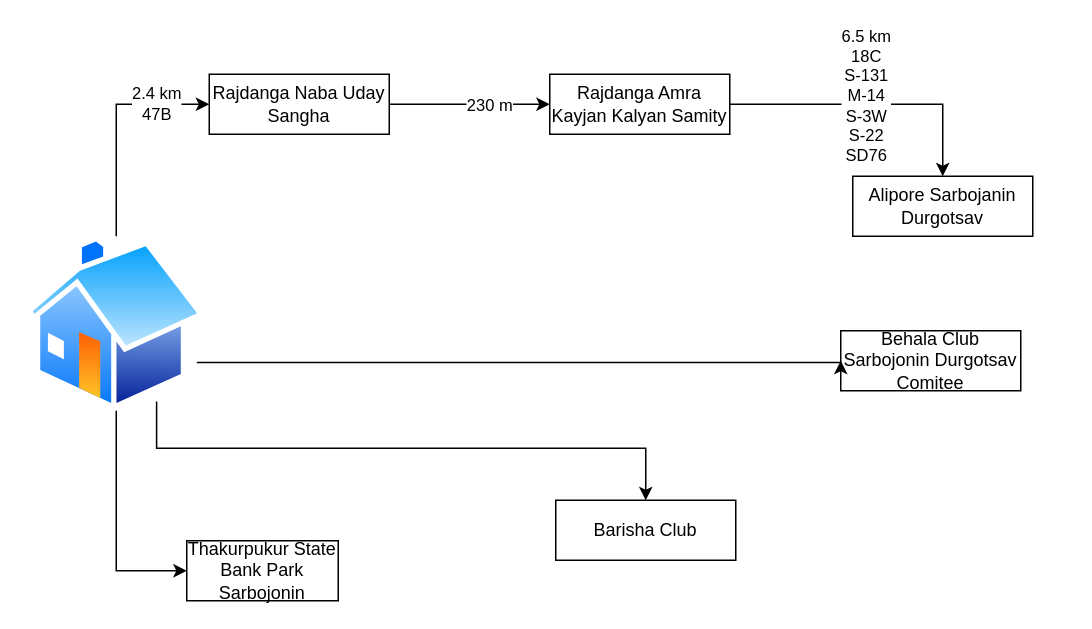
The draw.io diagram Untitled Diagram.drawio in shammsit/ditecian, before the edit. Source tidied: cells renumbered, new cells numbered last; positions are measured from the earlier drawing's top-left corner, leaving out a move shared by most shapes. Both pictures are drawn from the tidied source at 150%, with x=0, y=0 at pixel (26, 74).
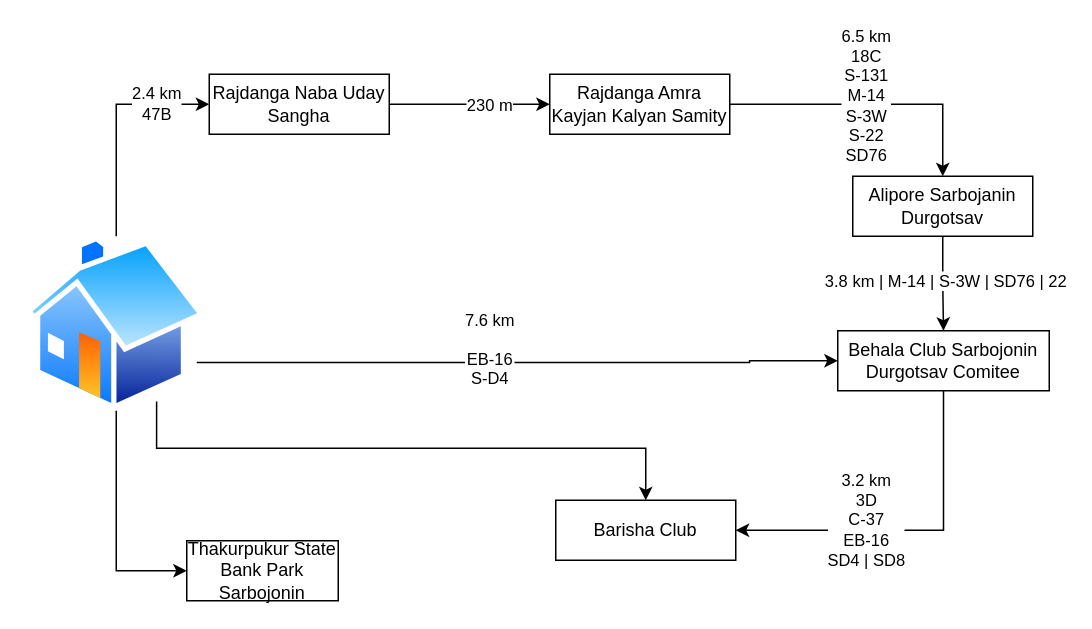
Above is the later version.

Unchanged cells that the change refers to:
```xml
<mxCell id="8" value="Alipore Sarbojanin Durgotsav" style="rounded=0;whiteSpace=wrap;html=1;" parent="1" vertex="1">
  <mxGeometry x="551" y="68" width="120" height="40" as="geometry" />
</mxCell>
<mxCell id="10" value="Barisha Club" style="rounded=0;whiteSpace=wrap;html=1;" parent="1" vertex="1">
  <mxGeometry x="353" y="284" width="120" height="40" as="geometry" />
</mxCell>
<mxCell id="17" style="image;perimeter=ellipsePerimeter;html=1;align=center;shadow=0;dashed=0;spacingTop=3;image=img/lib/active_directory/home.svg;" parent="1" vertex="1">
  <mxGeometry y="108" width="120" height="116.4" as="geometry" />
</mxCell>
```

Diff of the diagram source:
```diff
@@
+    <mxCell id="18" style="edgeStyle=orthogonalEdgeStyle;rounded=0;jettySize=auto;html=1;exitX=0.5;exitY=1;exitDx=0;exitDy=0;" parent="1" edge="1" source="8" target="9">
+      <mxGeometry relative="1" as="geometry" />
+    </mxCell>
+    <mxCell id="19" value="3.8 km | M-14 | S-3W | SD76 | 22" style="edgeLabel;html=1;align=center;verticalAlign=middle;" parent="18" vertex="1">
+      <mxGeometry x="-0.47" y="1" relative="1" as="geometry">
+        <mxPoint y="12" as="offset" />
+      </mxGeometry>
+    </mxCell>
@@
+    <mxCell id="20" style="edgeStyle=orthogonalEdgeStyle;rounded=0;jettySize=auto;html=1;exitX=0.5;exitY=1;exitDx=0;exitDy=0;entryX=1;entryY=0.5;entryDx=0;entryDy=0;" parent="1" edge="1" source="9" target="10">
+      <mxGeometry relative="1" as="geometry" />
+    </mxCell>
+    <mxCell id="21" value="3.2 km&lt;div&gt;3D&lt;/div&gt;&lt;div&gt;C-37&lt;/div&gt;&lt;div&gt;EB-16&lt;/div&gt;&lt;div&gt;SD4 | SD8&lt;/div&gt;&lt;div&gt;&lt;br&gt;&lt;/div&gt;" style="edgeLabel;html=1;align=center;verticalAlign=middle;" parent="20" vertex="1">
+      <mxGeometry x="0.25" y="-1" relative="1" as="geometry" />
+    </mxCell>
     <mxCell id="9" value="Behala Club Sarbojonin Durgotsav Comitee" style="rounded=0;whiteSpace=wrap;html=1;" parent="1" vertex="1">
-      <mxGeometry x="543" y="171" width="120" height="40" as="geometry" />
+      <mxGeometry x="541" y="171" width="141" height="40" as="geometry" />
     </mxCell>
@@
     <mxCell id="16" style="edgeStyle=orthogonalEdgeStyle;rounded=0;jettySize=auto;html=1;exitX=1;exitY=0.75;exitDx=0;exitDy=0;entryX=0;entryY=0.5;entryDx=0;entryDy=0;" parent="1" edge="1" source="17" target="9">
       <mxGeometry relative="1" as="geometry">
         <Array as="points">
-          <mxPoint x="543" y="191.9" />
+          <mxPoint x="482.2" y="191.9" />
+          <mxPoint x="541" y="191" />
         </Array>
       </mxGeometry>
     </mxCell>
+    <mxCell id="22" value="7.6 km&lt;div&gt;&lt;br&gt;&lt;/div&gt;&lt;div&gt;EB-16&lt;/div&gt;&lt;div&gt;S-D4&lt;/div&gt;&lt;div&gt;&lt;br&gt;&lt;/div&gt;" style="edgeLabel;html=1;align=center;verticalAlign=middle;" parent="16" vertex="1">
+      <mxGeometry x="-0.09" y="3" relative="1" as="geometry" />
+    </mxCell>
```
